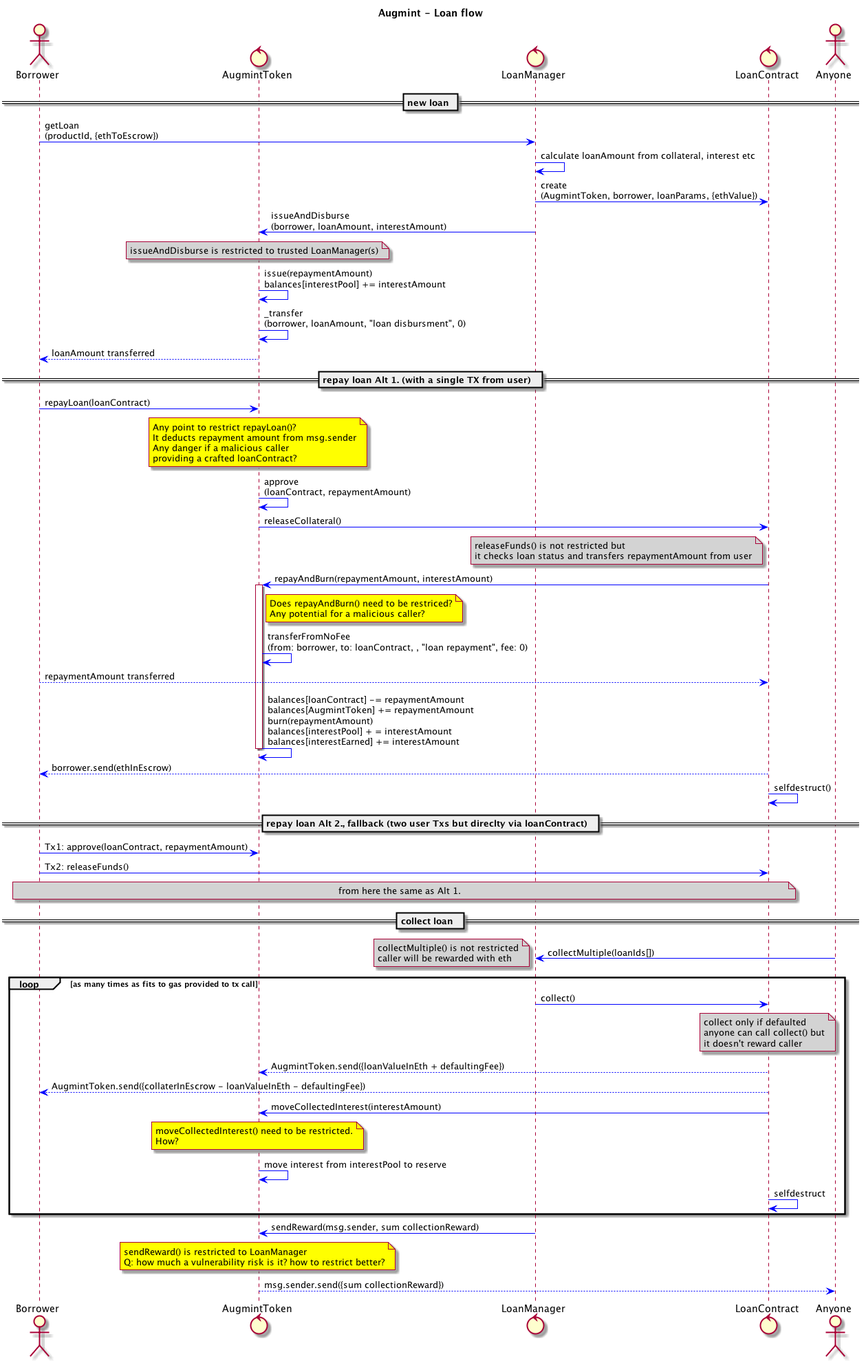
Earlier version of the PlantUML export docs/loanFlow.png (Augmint/augmint-web).
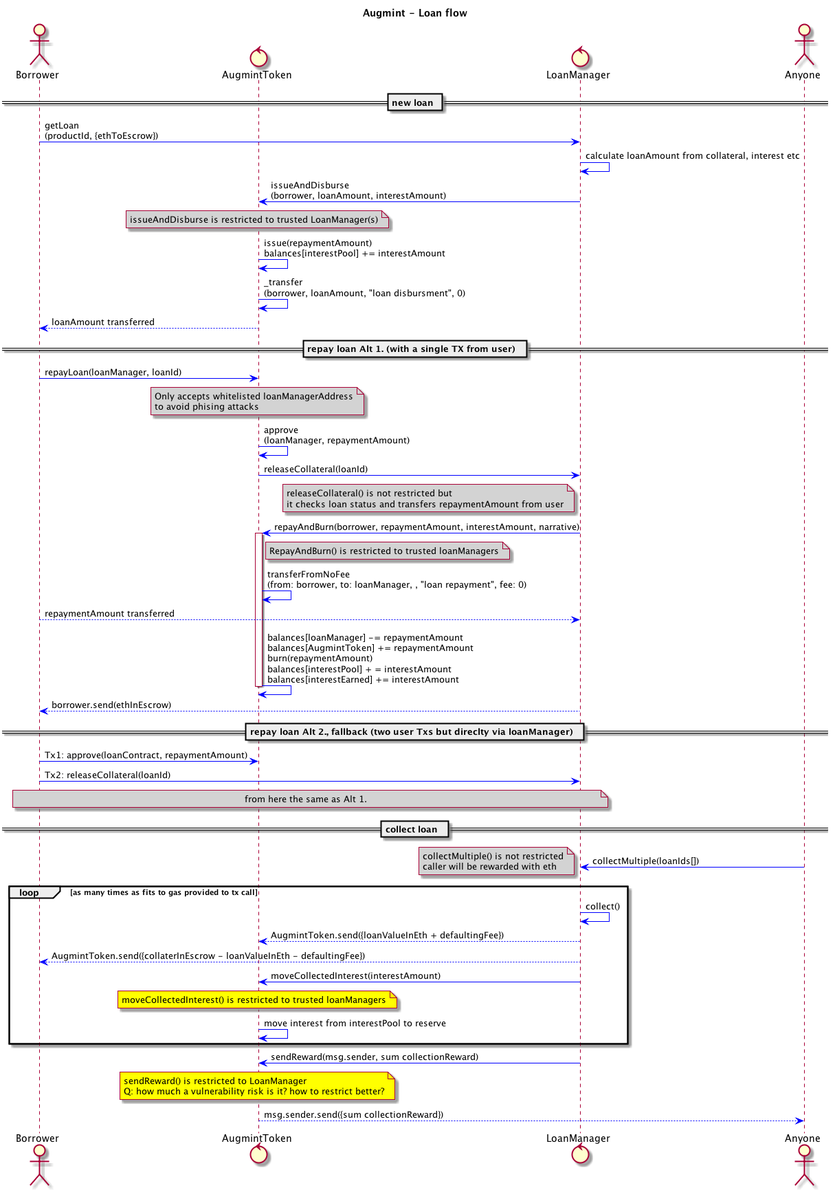
After the change.

What changed in the source:
```diff
@@ -5,12 +5,10 @@
 actor Borrower
 control AugmintToken
 control LoanManager
-control LoanContract
 actor Anyone
 == new loan ==
 Borrower -> LoanManager : getLoan\n(productId, {ethToEscrow})
 LoanManager -> LoanManager : calculate loanAmount from collateral, interest etc
-LoanManager -> LoanContract : create\n(AugmintToken, borrower, loanParams, {ethValue})
 LoanManager -> AugmintToken : issueAndDisburse\n(borrower, loanAmount, interestAmount)
 note over AugmintToken
 issueAndDisburse is restricted to trusted LoanManager(s)
@@ -20,37 +18,33 @@
 AugmintToken --> Borrower : loanAmount transferred
 
 == repay loan Alt 1. (with a single TX from user)  ==
-Borrower -> AugmintToken : repayLoan(loanContract)
-note over AugmintToken #yellow
-    Any point to restrict repayLoan()?
-    It deducts repayment amount from msg.sender
-    Any danger if a malicious caller
-    providing a crafted loanContract?
+Borrower -> AugmintToken : repayLoan(loanManager, loanId)
+note over AugmintToken
+    Only accepts whitelisted loanManagerAddress
+    to avoid phising attacks
 end note
-AugmintToken -> AugmintToken : approve\n(loanContract, repaymentAmount)
+AugmintToken -> AugmintToken : approve\n(loanManager, repaymentAmount)
 
-AugmintToken -> LoanContract : releaseCollateral()
-note left LoanContract
-    releaseFunds() is not restricted but
+AugmintToken -> LoanManager : releaseCollateral(loanId)
+note left LoanManager
+    releaseCollateral() is not restricted but
     it checks loan status and transfers repaymentAmount from user
 end note
-LoanContract -> AugmintToken : repayAndBurn(repaymentAmount, interestAmount)
-note right AugmintToken #yellow
-    Does repayAndBurn() need to be restriced?
-    Any potential for a malicious caller?
+LoanManager -> AugmintToken : repayAndBurn(borrower, repaymentAmount, interestAmount, narrative)
+note right AugmintToken
+    RepayAndBurn() is restricted to trusted loanManagers
 end note
 activate AugmintToken
-AugmintToken -> AugmintToken : transferFromNoFee\n(from: borrower, to: loanContract, , "loan repayment", fee: 0)
-Borrower --> LoanContract : repaymentAmount transferred
-AugmintToken -> AugmintToken : balances[loanContract] -= repaymentAmount\nbalances[AugmintToken] += repaymentAmount\nburn(repaymentAmount)\nbalances[interestPool] + = interestAmount\nbalances[interestEarned] += interestAmount
+AugmintToken -> AugmintToken : transferFromNoFee\n(from: borrower, to: loanManager, , "loan repayment", fee: 0)
+Borrower --> LoanManager : repaymentAmount transferred
+AugmintToken -> AugmintToken : balances[loanManager] -= repaymentAmount\nbalances[AugmintToken] += repaymentAmount\nburn(repaymentAmount)\nbalances[interestPool] + = interestAmount\nbalances[interestEarned] += interestAmount
 deactivate AugmintToken
-LoanContract --> Borrower : borrower.send(ethInEscrow)
-LoanContract -> LoanContract : selfdestruct()
+LoanManager --> Borrower : borrower.send(ethInEscrow)
 
-== repay loan Alt 2., fallback (two user Txs but direclty via loanContract)  ==
+== repay loan Alt 2., fallback (two user Txs but direclty via loanManager)  ==
 Borrower -> AugmintToken : Tx1: approve(loanContract, repaymentAmount)
-Borrower -> LoanContract : Tx2: releaseFunds()
-note over Borrower, LoanContract
+Borrower -> LoanManager : Tx2: releaseCollateral(loanId)
+note over Borrower, LoanManager
     from here the same as Alt 1.
 end note
 == collect loan  ==
@@ -60,21 +54,14 @@
     caller will be rewarded with eth
 end note
 loop as many times as fits to gas provided to tx call
-    LoanManager -> LoanContract : collect()
-    note over LoanContract
-        collect only if defaulted
-        anyone can call collect() but
-        it doesn't reward caller
-    end note
-    LoanContract --> AugmintToken : AugmintToken.send({loanValueInEth + defaultingFee})
-    LoanContract --> Borrower : AugmintToken.send({collaterInEscrow - loanValueInEth - defaultingFee})
-    LoanContract -> AugmintToken : moveCollectedInterest(interestAmount)
+    LoanManager -> LoanManager : collect()
+    LoanManager --> AugmintToken : AugmintToken.send({loanValueInEth + defaultingFee})
+    LoanManager --> Borrower : AugmintToken.send({collaterInEscrow - loanValueInEth - defaultingFee})
+    LoanManager -> AugmintToken : moveCollectedInterest(interestAmount)
     note over AugmintToken #yellow
-    moveCollectedInterest() need to be restricted.
-    How?
+    moveCollectedInterest() is restricted to trusted loanManagers
     end note
     AugmintToken -> AugmintToken : move interest from interestPool to reserve
-    LoanContract -> LoanContract : selfdestruct
 end
 LoanManager -> AugmintToken : sendReward(msg.sender, sum collectionReward)
 note over AugmintToken #yellow
```
